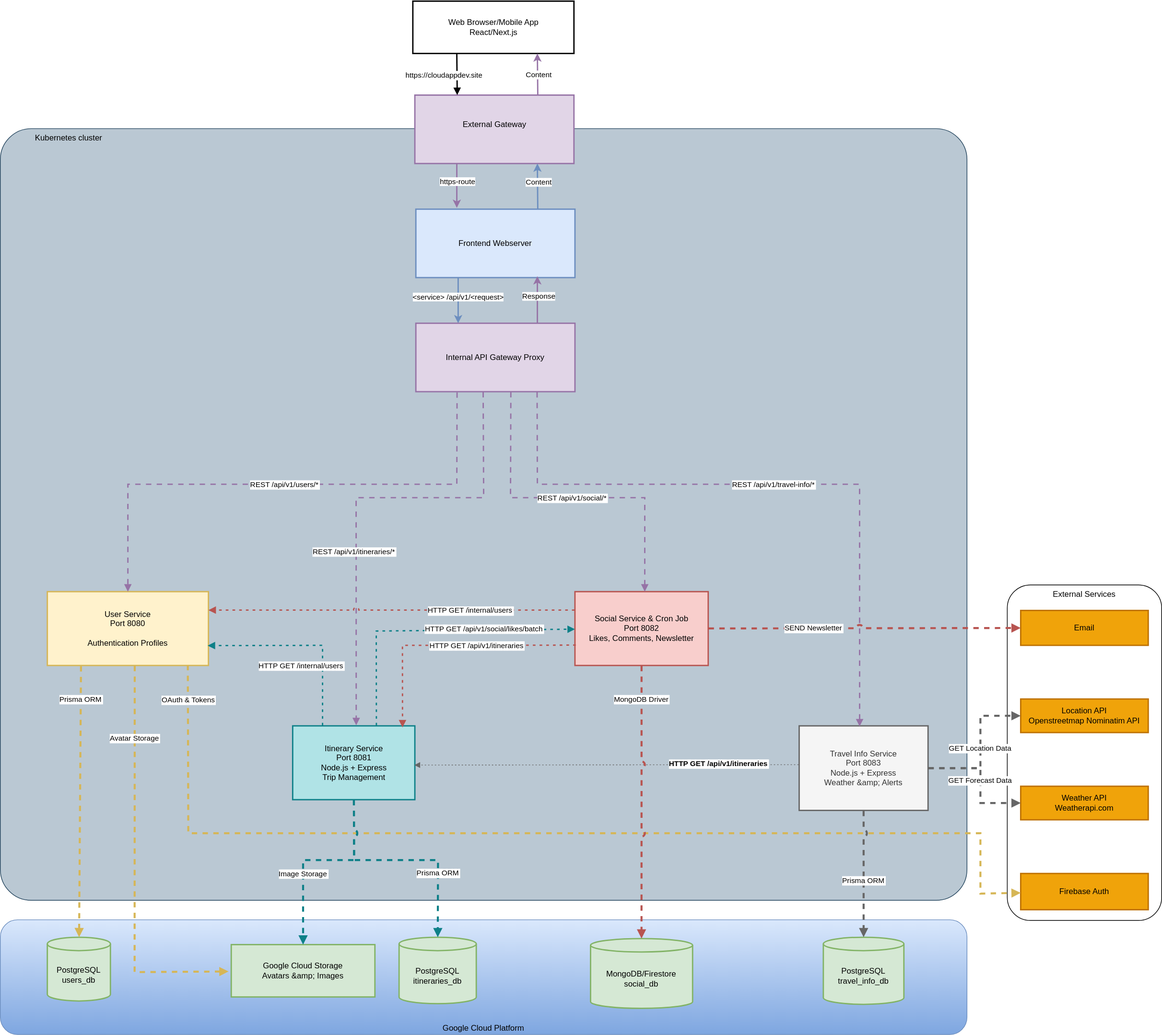
The draw.io diagram docs/Micro-Architektur.drawio.svg in CloudAppDevProject/CloudAppDev, before a commit. Source tidied: cells renumbered, new cells last; positions are measured from the earlier drawing's top-left corner, leaving out a move shared by most shapes.
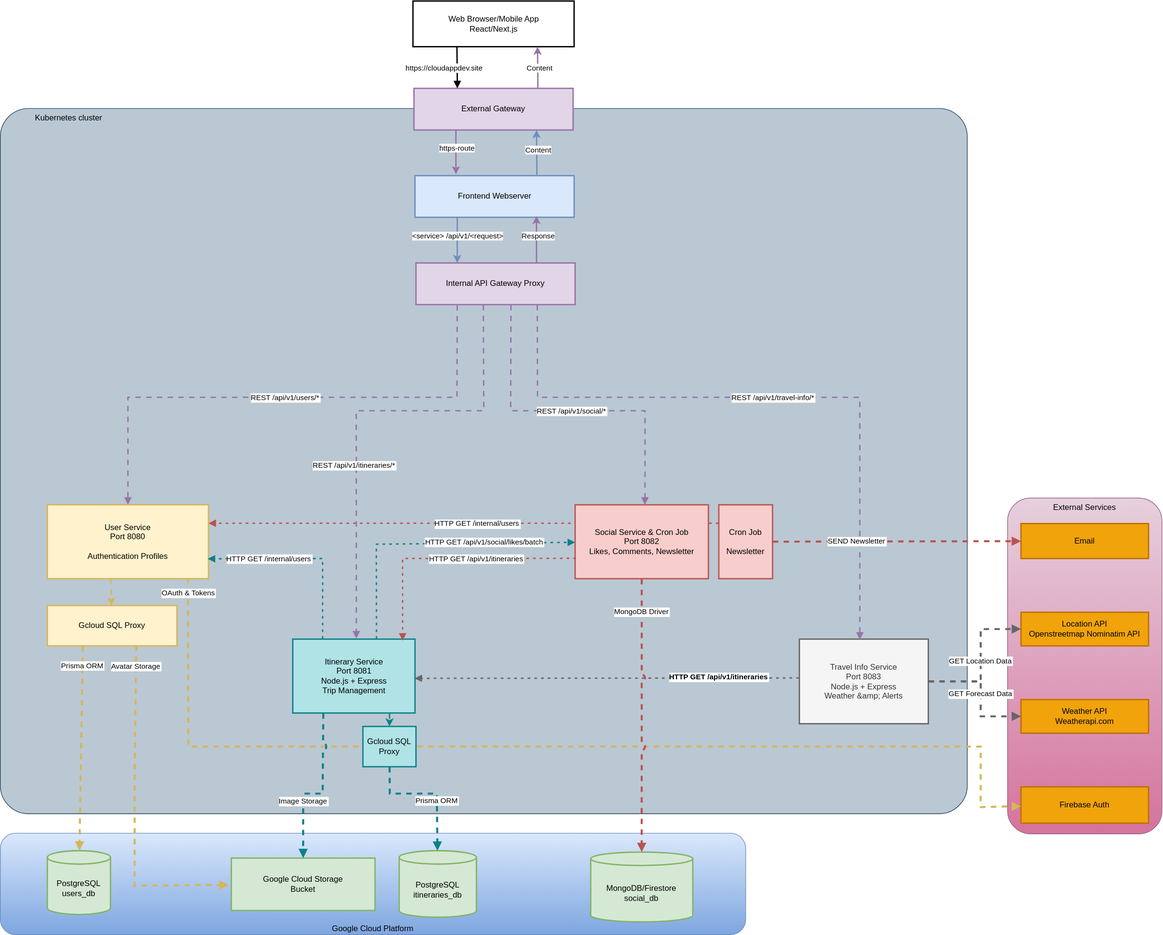
Later version of the same file.

Commit message:
Enhance Report_Milestone_2.md with system context and runtime overview details

- Added a system context section describing the user, weather provider, and geographic location provider.
- Included a system context diagram for better visualization.
- Updated the runtime overview with links to cloud resources and an architecture diagram.
- Provided a brief description of the architecture at runtime, including services and inter-service communication.

Change to the diagram source:
```diff
@@ -3,21 +3,24 @@
     <mxCell id="0" />
     <mxCell id="1" parent="0" />
     <mxCell id="2" value="Kubernetes cluster" style="rounded=1;whiteSpace=wrap;html=1;arcSize=4;fillColor=#bac8d3;strokeColor=#23445d;align=left;verticalAlign=top;spacingLeft=50;" parent="1" vertex="1">
-      <mxGeometry y="190" width="1440" height="1150" as="geometry" />
+      <mxGeometry y="290" width="1440" height="1050" as="geometry" />
     </mxCell>
+    <mxCell id="28" value="HTTP GET /internal/users" style="curved=0;dashed=1;dashPattern=2 3;startArrow=none;endArrow=block;exitX=0;exitY=0.25;entryX=1;entryY=0.25;rounded=0;exitDx=0;exitDy=0;entryDx=0;entryDy=0;flowAnimation=1;jumpStyle=arc;fillColor=#f8cecc;strokeColor=#b85450;strokeWidth=2;" parent="1" edge="1" source="54" target="11">
+      <mxGeometry x="-0.05" relative="1" as="geometry" />
+    </mxCell>
     <mxCell id="3" value="Google Cloud Platform" style="rounded=1;whiteSpace=wrap;html=1;verticalAlign=bottom;fillColor=#dae8fc;strokeColor=#6c8ebf;gradientColor=#7ea6e0;" parent="1" vertex="1">
-      <mxGeometry y="1369" width="1440" height="171" as="geometry" />
+      <mxGeometry y="1369" width="1110" height="151" as="geometry" />
     </mxCell>
-    <mxCell id="4" value="External Services" style="rounded=1;whiteSpace=wrap;html=1;verticalAlign=top;" parent="1" vertex="1">
+    <mxCell id="4" value="External Services" style="rounded=1;whiteSpace=wrap;html=1;verticalAlign=top;fillColor=#e6d0de;gradientColor=#d5739d;strokeColor=#996185;" parent="1" vertex="1">
       <mxGeometry x="1500" y="870" width="230" height="500" as="geometry" />
     </mxCell>
     <mxCell id="5" value="Web Browser/Mobile App&#10;React/Next.js" style="whiteSpace=wrap;strokeWidth=2;" parent="1" vertex="1">
-      <mxGeometry x="614.5" width="240" height="78" as="geometry" />
+      <mxGeometry x="614.5" y="130" width="240" height="68" as="geometry" />
     </mxCell>
     <mxCell id="6" style="edgeStyle=none;html=1;fillColor=#e1d5e7;strokeColor=#9673a6;strokeWidth=2;" parent="1" edge="1">
       <mxGeometry relative="1" as="geometry">
-        <mxPoint x="680" y="190" as="sourcePoint" />
-        <mxPoint x="680" y="308" as="targetPoint" />
+        <mxPoint x="678.5" y="270" as="sourcePoint" />
+        <mxPoint x="678.5" y="388" as="targetPoint" />
       </mxGeometry>
     </mxCell>
     <mxCell id="7" value="https-route" style="edgeLabel;html=1;align=center;verticalAlign=middle;" parent="6" vertex="1">
@@ -27,8 +30,8 @@
     </mxCell>
     <mxCell id="8" style="edgeStyle=none;html=1;fillColor=#e1d5e7;strokeColor=#9673a6;strokeWidth=2;" parent="1" edge="1">
       <mxGeometry relative="1" as="geometry">
-        <mxPoint x="800.6" y="140" as="sourcePoint" />
-        <mxPoint x="800" y="78" as="targetPoint" />
+        <mxPoint x="800.6" y="260" as="sourcePoint" />
+        <mxPoint x="800" y="198" as="targetPoint" />
       </mxGeometry>
     </mxCell>
     <mxCell id="9" value="Content" style="edgeLabel;html=1;align=center;verticalAlign=middle;" parent="8" vertex="1">
@@ -36,21 +39,27 @@
         <mxPoint x="4" y="-9" as="offset" />
       </mxGeometry>
     </mxCell>
-    <mxCell id="10" value="External Gateway&#10;" style="whiteSpace=wrap;strokeWidth=2;fillColor=#e1d5e7;strokeColor=#9673a6;" parent="1" vertex="1">
-      <mxGeometry x="617.5" y="140" width="237" height="102" as="geometry" />
+    <mxCell id="10" value="External Gateway" style="whiteSpace=wrap;strokeWidth=2;fillColor=#e1d5e7;strokeColor=#9673a6;" parent="1" vertex="1">
+      <mxGeometry x="616" y="260" width="237" height="62" as="geometry" />
     </mxCell>
+    <mxCell id="52" style="edgeStyle=none;html=1;exitX=0.393;exitY=0.997;exitDx=0;exitDy=0;exitPerimeter=0;fillColor=#fff2cc;strokeColor=#d6b656;strokeWidth=2;flowAnimation=1;" parent="1" edge="1" source="11" target="56">
+      <mxGeometry relative="1" as="geometry" />
+    </mxCell>
     <mxCell id="11" value="User Service&#10;Port 8080&#10;&#10;Authentication Profiles" style="whiteSpace=wrap;strokeWidth=2;fillColor=#fff2cc;strokeColor=#d6b656;" parent="1" vertex="1">
       <mxGeometry x="70" y="880" width="240" height="110" as="geometry" />
     </mxCell>
+    <mxCell id="53" style="edgeStyle=none;html=1;fillColor=#b0e3e6;strokeColor=#0e8088;strokeWidth=2;flowAnimation=1;exitX=0.792;exitY=1;exitDx=0;exitDy=0;exitPerimeter=0;" parent="1" edge="1" source="12" target="55">
+      <mxGeometry relative="1" as="geometry" />
+    </mxCell>
     <mxCell id="12" value="Itinerary Service&#10;Port 8081&#10;Node.js + Express&#10;Trip Management" style="whiteSpace=wrap;strokeWidth=2;fillColor=#b0e3e6;strokeColor=#0e8088;" parent="1" vertex="1">
       <mxGeometry x="435.5" y="1080" width="182" height="110" as="geometry" />
     </mxCell>
+    <mxCell id="14" value="Travel Info Service&#10;Port 8083&#10;Node.js + Express&#10;Weather &amp;amp; Alerts" style="whiteSpace=wrap;strokeWidth=2;fillColor=#f5f5f5;strokeColor=#666666;fontColor=#333333;" parent="1" vertex="1">
+      <mxGeometry x="1190" y="1080" width="192" height="126" as="geometry" />
+    </mxCell>
     <mxCell id="13" value="Social Service &amp; Cron Job&#10;Port 8082&#10;Likes, Comments, Newsletter" style="whiteSpace=wrap;strokeWidth=2;fillColor=#f8cecc;strokeColor=#b85450;" parent="1" vertex="1">
       <mxGeometry x="856" y="880" width="198.5" height="110" as="geometry" />
     </mxCell>
-    <mxCell id="14" value="Travel Info Service&#10;Port 8083&#10;Node.js + Express&#10;Weather &amp;amp; Alerts" style="whiteSpace=wrap;strokeWidth=2;fillColor=#f5f5f5;strokeColor=#666666;fontColor=#333333;" parent="1" vertex="1">
-      <mxGeometry x="1190" y="1080" width="192" height="126" as="geometry" />
-    </mxCell>
     <mxCell id="15" value="PostgreSQL&#10;users_db" style="shape=cylinder3;boundedLbl=1;backgroundOutline=1;size=10;strokeWidth=2;whiteSpace=wrap;fillColor=#d5e8d4;strokeColor=#82b366;" parent="1" vertex="1">
       <mxGeometry x="70" y="1395" width="94" height="95" as="geometry" />
     </mxCell>
@@ -60,10 +69,7 @@
     <mxCell id="17" value="MongoDB/Firestore&#10;social_db" style="shape=cylinder3;boundedLbl=1;backgroundOutline=1;size=10;strokeWidth=2;whiteSpace=wrap;fillColor=#d5e8d4;strokeColor=#82b366;" parent="1" vertex="1">
       <mxGeometry x="879.2" y="1397" width="152" height="104" as="geometry" />
     </mxCell>
-    <mxCell id="18" value="PostgreSQL&#10;travel_info_db" style="shape=cylinder3;boundedLbl=1;backgroundOutline=1;size=10;strokeWidth=2;whiteSpace=wrap;fillColor=#d5e8d4;strokeColor=#82b366;" parent="1" vertex="1">
-      <mxGeometry x="1226" y="1395" width="120" height="100" as="geometry" />
-    </mxCell>
-    <mxCell id="19" value="Google Cloud Storage&#10;Avatars &amp;amp; Images" style="whiteSpace=wrap;strokeWidth=2;fillColor=#d5e8d4;strokeColor=#82b366;" parent="1" vertex="1">
+    <mxCell id="19" value="Google Cloud Storage&#10;Bucket" style="whiteSpace=wrap;strokeWidth=2;fillColor=#d5e8d4;strokeColor=#82b366;" parent="1" vertex="1">
       <mxGeometry x="344" y="1406" width="214" height="78" as="geometry" />
     </mxCell>
     <mxCell id="20" value="Firebase Auth" style="whiteSpace=wrap;strokeWidth=2;fillColor=#f0a30a;strokeColor=#BD7000;fontColor=#000000;" parent="1" vertex="1">
@@ -77,8 +83,8 @@
     </mxCell>
     <mxCell id="23" value="https://cloudappdev.site" style="curved=1;startArrow=none;endArrow=block;rounded=0;strokeWidth=2;" parent="1" edge="1">
       <mxGeometry x="0.01" y="-19" relative="1" as="geometry">
-        <mxPoint x="680" y="78" as="sourcePoint" />
-        <mxPoint x="680.6" y="140" as="targetPoint" />
+        <mxPoint x="680" y="198" as="sourcePoint" />
+        <mxPoint x="680.6" y="260" as="targetPoint" />
       </mxGeometry>
     </mxCell>
     <mxCell id="24" value="REST /api/v1/users/*" style="curved=0;startArrow=none;endArrow=block;rounded=0;verticalAlign=middle;labelPosition=center;verticalLabelPosition=middle;align=center;exitX=0.259;exitY=1.005;exitDx=0;exitDy=0;exitPerimeter=0;fillColor=#e1d5e7;strokeColor=#9673a6;strokeWidth=2;flowAnimation=1;" parent="1" edge="1" source="51" target="11">
@@ -117,9 +123,6 @@
         </Array>
       </mxGeometry>
     </mxCell>
-    <mxCell id="28" value="HTTP GET /internal/users" style="curved=0;dashed=1;dashPattern=2 3;startArrow=none;endArrow=block;exitX=0;exitY=0.25;entryX=1;entryY=0.25;rounded=0;exitDx=0;exitDy=0;entryDx=0;entryDy=0;flowAnimation=1;jumpStyle=arc;fillColor=#f8cecc;strokeColor=#b85450;strokeWidth=2;" parent="1" edge="1" source="13" target="11">
-      <mxGeometry x="-0.43" relative="1" as="geometry" />
-    </mxCell>
     <mxCell id="29" value="HTTP GET /api/v1/itineraries" style="curved=0;dashed=1;dashPattern=2 3;startArrow=none;endArrow=block;exitX=0.009;exitY=0.724;rounded=0;exitDx=0;exitDy=0;entryX=0.899;entryY=0.021;entryDx=0;entryDy=0;entryPerimeter=0;exitPerimeter=0;flowAnimation=1;fillColor=#f8cecc;strokeColor=#b85450;strokeWidth=2;" parent="1" edge="1" source="13" target="12">
       <mxGeometry x="-0.22" relative="1" as="geometry">
         <Array as="points">
@@ -129,7 +132,7 @@
       </mxGeometry>
     </mxCell>
     <mxCell id="30" value="HTTP GET /internal/users" style="curved=0;dashed=1;dashPattern=2 3;startArrow=none;endArrow=block;rounded=0;entryX=0.995;entryY=0.731;entryDx=0;entryDy=0;entryPerimeter=0;flowAnimation=1;fillColor=#b0e3e6;strokeColor=#0e8088;strokeWidth=2;" parent="1" edge="1" target="11">
-      <mxGeometry x="0.04" y="30" relative="1" as="geometry">
+      <mxGeometry x="0.37" relative="1" as="geometry">
         <mxPoint x="480" y="1080" as="sourcePoint" />
         <Array as="points">
           <mxPoint x="480" y="960" />
@@ -144,15 +147,14 @@
         </Array>
       </mxGeometry>
     </mxCell>
-    <mxCell id="32" value="HTTP GET /api/v1/itineraries" style="curved=0;dashed=1;dashPattern=2 3;startArrow=none;endArrow=block;rounded=0;fontStyle=1;jumpStyle=arc;exitX=-0.001;exitY=0.459;exitDx=0;exitDy=0;exitPerimeter=0;flowAnimation=1;entryX=0.996;entryY=0.531;entryDx=0;entryDy=0;entryPerimeter=0;fillColor=#f5f5f5;strokeColor=#666666;" parent="1" edge="1" source="14" target="12">
+    <mxCell id="32" value="HTTP GET /api/v1/itineraries" style="curved=0;dashed=1;dashPattern=2 3;startArrow=none;endArrow=block;rounded=0;fontStyle=1;jumpStyle=arc;exitX=-0.001;exitY=0.459;exitDx=0;exitDy=0;exitPerimeter=0;flowAnimation=1;entryX=0.996;entryY=0.531;entryDx=0;entryDy=0;entryPerimeter=0;fillColor=#f5f5f5;strokeColor=#666666;strokeWidth=2;" parent="1" edge="1" source="14" target="12">
       <mxGeometry x="-0.58" y="-2" relative="1" as="geometry" />
     </mxCell>
-    <mxCell id="33" value="Prisma ORM" style="curved=0;startArrow=none;endArrow=block;strokeWidth=3;rounded=0;fillColor=#fff2cc;strokeColor=#d6b656;exitX=0.209;exitY=1.004;exitDx=0;exitDy=0;exitPerimeter=0;jumpStyle=arc;flowAnimation=1;" parent="1" edge="1" source="11" target="15">
-      <mxGeometry x="-0.76" relative="1" as="geometry" />
+    <mxCell id="33" value="Prisma ORM" style="curved=0;startArrow=none;endArrow=block;strokeWidth=3;rounded=0;fillColor=#fff2cc;strokeColor=#d6b656;exitX=0.274;exitY=1.005;exitDx=0;exitDy=0;jumpStyle=arc;flowAnimation=1;exitPerimeter=0;" parent="1" edge="1" source="56" target="15">
+      <mxGeometry x="-0.81" relative="1" as="geometry" />
     </mxCell>
-    <mxCell id="34" value="Avatar Storage" style="curved=0;startArrow=none;endArrow=block;strokeWidth=3;exitX=0.28;exitY=1;rounded=0;fillColor=#fff2cc;strokeColor=#d6b656;jumpStyle=arc;flowAnimation=1;" parent="1" edge="1">
-      <mxGeometry x="-0.64" relative="1" as="geometry">
-        <mxPoint x="200.2" y="990" as="sourcePoint" />
+    <mxCell id="34" value="Avatar Storage" style="curved=0;startArrow=none;endArrow=block;strokeWidth=3;rounded=0;fillColor=#fff2cc;strokeColor=#d6b656;jumpStyle=arc;flowAnimation=1;exitX=0.686;exitY=0.983;exitDx=0;exitDy=0;exitPerimeter=0;" parent="1" edge="1" source="56">
+      <mxGeometry x="-0.88" relative="1" as="geometry">
         <mxPoint x="340" y="1446" as="targetPoint" />
         <Array as="points">
           <mxPoint x="200" y="1280" />
@@ -161,7 +163,7 @@
       </mxGeometry>
     </mxCell>
     <mxCell id="35" value="OAuth &amp; Tokens" style="curved=0;startArrow=none;endArrow=block;rounded=0;fillColor=#fff2cc;strokeColor=#d6b656;jumpStyle=arc;flowAnimation=1;exitX=0.872;exitY=0.988;exitDx=0;exitDy=0;exitPerimeter=0;strokeWidth=3;" parent="1" edge="1" source="11" target="20">
-      <mxGeometry x="-0.94" y="1" relative="1" as="geometry">
+      <mxGeometry x="-0.97" y="1" relative="1" as="geometry">
         <Array as="points">
           <mxPoint x="280" y="1240" />
           <mxPoint x="1030" y="1240" />
@@ -170,19 +172,19 @@
         </Array>
       </mxGeometry>
     </mxCell>
-    <mxCell id="36" value="Prisma ORM" style="curved=0;startArrow=none;endArrow=block;strokeWidth=3;rounded=0;fillColor=#b0e3e6;strokeColor=#0e8088;jumpStyle=arc;flowAnimation=1;" parent="1" edge="1" source="12" target="16">
-      <mxGeometry x="0.42" relative="1" as="geometry">
+    <mxCell id="36" value="Prisma ORM" style="curved=0;startArrow=none;endArrow=block;strokeWidth=3;rounded=0;fillColor=#b0e3e6;strokeColor=#0e8088;jumpStyle=arc;flowAnimation=1;" parent="1" edge="1" source="55" target="16">
+      <mxGeometry x="0.23" relative="1" as="geometry">
         <Array as="points">
-          <mxPoint x="527" y="1280" />
-          <mxPoint x="652" y="1280" />
+          <mxPoint x="580" y="1310" />
+          <mxPoint x="650" y="1310" />
         </Array>
       </mxGeometry>
     </mxCell>
-    <mxCell id="37" value="Image Storage" style="curved=0;startArrow=none;endArrow=block;strokeWidth=3;rounded=0;fillColor=#b0e3e6;strokeColor=#0e8088;jumpStyle=arc;flowAnimation=1;" parent="1" edge="1" source="12" target="19">
-      <mxGeometry x="0.27" relative="1" as="geometry">
+    <mxCell id="37" value="Image Storage" style="curved=0;startArrow=none;endArrow=block;strokeWidth=3;rounded=0;fillColor=#b0e3e6;strokeColor=#0e8088;jumpStyle=arc;flowAnimation=1;exitX=0.25;exitY=1;exitDx=0;exitDy=0;" parent="1" edge="1" source="12" target="19">
+      <mxGeometry x="0.3" relative="1" as="geometry">
         <Array as="points">
-          <mxPoint x="527" y="1280" />
-          <mxPoint x="451" y="1280" />
+          <mxPoint x="480" y="1310" />
+          <mxPoint x="451" y="1310" />
         </Array>
       </mxGeometry>
     </mxCell>
@@ -193,14 +195,11 @@
         </Array>
       </mxGeometry>
     </mxCell>
-    <mxCell id="39" value="SEND Newsletter" style="curved=0;startArrow=none;endArrow=block;rounded=0;jumpStyle=arc;flowAnimation=1;fillColor=#f8cecc;strokeColor=#b85450;strokeWidth=3;" parent="1" edge="1" source="13" target="22">
+    <mxCell id="39" value="SEND Newsletter" style="curved=0;startArrow=none;endArrow=block;rounded=0;jumpStyle=arc;flowAnimation=1;fillColor=#f8cecc;strokeColor=#b85450;strokeWidth=3;" parent="1" edge="1" source="54" target="22">
       <mxGeometry x="-0.33" y="1" relative="1" as="geometry">
         <mxPoint x="1" as="offset" />
       </mxGeometry>
     </mxCell>
-    <mxCell id="40" value="Prisma ORM" style="curved=0;startArrow=none;endArrow=block;strokeWidth=3;rounded=0;strokeColor=#666666;jumpStyle=arc;fillColor=#f5f5f5;flowAnimation=1;" parent="1" edge="1" source="14" target="18">
-      <mxGeometry x="0.1" relative="1" as="geometry" />
-    </mxCell>
     <mxCell id="41" value="GET Forecast Data" style="curved=0;startArrow=none;endArrow=block;rounded=0;flowAnimation=1;fillColor=#f5f5f5;strokeColor=#666666;strokeWidth=3;" parent="1" edge="1" source="14" target="21">
       <mxGeometry relative="1" as="geometry">
         <Array as="points">
@@ -222,8 +221,8 @@
     </mxCell>
     <mxCell id="44" style="edgeStyle=none;html=1;fillColor=#dae8fc;strokeColor=#6c8ebf;strokeWidth=2;" parent="1" edge="1">
       <mxGeometry relative="1" as="geometry">
-        <mxPoint x="800.6" y="310" as="sourcePoint" />
-        <mxPoint x="800" y="242" as="targetPoint" />
+        <mxPoint x="799.1" y="390" as="sourcePoint" />
+        <mxPoint x="798.5" y="322" as="targetPoint" />
       </mxGeometry>
     </mxCell>
     <mxCell id="45" value="Content" style="edgeLabel;html=1;align=center;verticalAlign=middle;" parent="44" vertex="1">
@@ -233,8 +232,8 @@
     </mxCell>
     <mxCell id="46" style="edgeStyle=none;html=1;fillColor=#dae8fc;strokeColor=#6c8ebf;strokeWidth=2;" parent="1" edge="1">
       <mxGeometry relative="1" as="geometry">
-        <mxPoint x="682" y="362" as="sourcePoint" />
-        <mxPoint x="682" y="480" as="targetPoint" />
+        <mxPoint x="680.5" y="402" as="sourcePoint" />
+        <mxPoint x="680.5" y="520" as="targetPoint" />
       </mxGeometry>
     </mxCell>
     <mxCell id="47" value="&lt;span style=&quot;color: rgb(0, 0, 0);&quot;&gt;&amp;lt;service&amp;gt;&lt;/span&gt;/api/v1/&amp;lt;request&amp;gt;" style="edgeLabel;html=1;align=center;verticalAlign=middle;" parent="46" vertex="1">
@@ -243,12 +242,12 @@
       </mxGeometry>
     </mxCell>
     <mxCell id="48" value="Frontend Webserver" style="whiteSpace=wrap;strokeWidth=2;fillColor=#dae8fc;strokeColor=#6c8ebf;" parent="1" vertex="1">
-      <mxGeometry x="619" y="310" width="237" height="102" as="geometry" />
+      <mxGeometry x="617.5" y="390" width="237" height="62" as="geometry" />
     </mxCell>
     <mxCell id="49" style="edgeStyle=none;html=1;fillColor=#e1d5e7;strokeColor=#9673a6;strokeWidth=2;" parent="1" edge="1">
       <mxGeometry relative="1" as="geometry">
-        <mxPoint x="800" y="480" as="sourcePoint" />
-        <mxPoint x="800" y="410" as="targetPoint" />
+        <mxPoint x="798.5" y="520" as="sourcePoint" />
+        <mxPoint x="798.5" y="450" as="targetPoint" />
       </mxGeometry>
     </mxCell>
     <mxCell id="50" value="Response" style="edgeLabel;html=1;align=center;verticalAlign=middle;" parent="49" vertex="1">
@@ -257,7 +256,16 @@
       </mxGeometry>
     </mxCell>
     <mxCell id="51" value="Internal API Gateway Proxy" style="whiteSpace=wrap;strokeWidth=2;fillColor=#e1d5e7;strokeColor=#9673a6;" parent="1" vertex="1">
-      <mxGeometry x="619" y="480" width="237" height="102" as="geometry" />
+      <mxGeometry x="619" y="520" width="237" height="62" as="geometry" />
     </mxCell>
+    <mxCell id="54" value="Cron Job&#10;&#10;Newsletter" style="whiteSpace=wrap;strokeWidth=2;fillColor=#f8cecc;strokeColor=#b85450;" parent="1" vertex="1">
+      <mxGeometry x="1070" y="880" width="80" height="110" as="geometry" />
+    </mxCell>
+    <mxCell id="55" value="Gcloud SQL Proxy" style="whiteSpace=wrap;strokeWidth=2;fillColor=#b0e3e6;strokeColor=#0e8088;" parent="1" vertex="1">
+      <mxGeometry x="540" y="1210" width="79" height="60" as="geometry" />
+    </mxCell>
+    <mxCell id="56" value="Gcloud SQL Proxy" style="whiteSpace=wrap;strokeWidth=2;fillColor=#fff2cc;strokeColor=#d6b656;" parent="1" vertex="1">
+      <mxGeometry x="70" y="1030" width="193" height="60" as="geometry" />
+    </mxCell>
   </root>
 </mxGraphModel>
```
